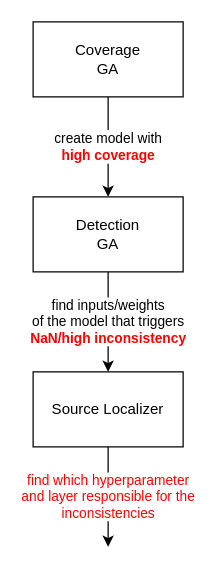
Above: GA/stable/system_flow/overall_system_flow.drawio in kelvinlyy/DCDT (draw.io), before the change. Source tidied: cells renumbered, new cells numbered last; positions are measured from the earlier drawing's top-left corner, leaving out a move shared by most shapes. Both pictures are drawn from the tidied source at 125%, with x=0, y=0 at pixel (32, 21).
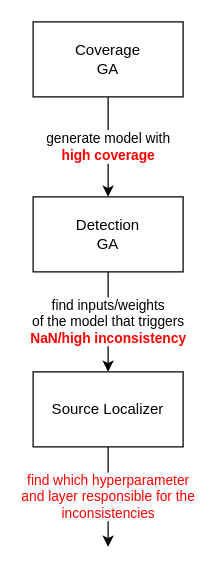
Above is the later version.

The edit, as a diff of the source:
```diff
@@
 <mxGraphModel>
   <root>
     <mxCell id="0" />
     <mxCell id="1" parent="0" />
-    <mxCell id="2" value="create model with &lt;br&gt;&lt;b&gt;&lt;font color=&quot;#ff0000&quot;&gt;high coverage&lt;/font&gt;&lt;/b&gt;" style="edgeStyle=orthogonalEdgeStyle;rounded=0;jettySize=auto;html=1;" parent="1" edge="1" source="3" target="5">
+    <mxCell id="2" value="generate model with &lt;br&gt;&lt;b&gt;&lt;font color=&quot;#ff0000&quot;&gt;high coverage&lt;/font&gt;&lt;/b&gt;" style="edgeStyle=orthogonalEdgeStyle;rounded=0;jettySize=auto;html=1;" parent="1" edge="1" source="3" target="5">
       <mxGeometry relative="1" as="geometry" />
     </mxCell>
     <mxCell id="3" value="Coverage&lt;br&gt;GA" style="rounded=0;whiteSpace=wrap;html=1;" parent="1" vertex="1">
       <mxGeometry width="120" height="60" as="geometry" />
     </mxCell>
     <mxCell id="4" value="find inputs/weights&lt;br&gt;of the model that&amp;nbsp;triggers &lt;br&gt;&lt;b&gt;&lt;font color=&quot;#ff0000&quot;&gt;NaN/high inconsistency&lt;/font&gt;&lt;/b&gt;" style="edgeStyle=orthogonalEdgeStyle;rounded=0;jettySize=auto;html=1;" parent="1" edge="1" source="5" target="7">
       <mxGeometry relative="1" as="geometry" />
     </mxCell>
     <mxCell id="5" value="Detection&lt;br&gt;GA" style="rounded=0;whiteSpace=wrap;html=1;" parent="1" vertex="1">
       <mxGeometry y="140" width="120" height="60" as="geometry" />
     </mxCell>
     <mxCell id="6" value="find which hyperparameter&lt;br&gt;and layer responsible for the&lt;br&gt;inconsistencies" style="edgeStyle=orthogonalEdgeStyle;rounded=0;jettySize=auto;html=1;fontColor=#FF0000;" parent="1" edge="1" source="7">
       <mxGeometry relative="1" as="geometry">
         <mxPoint x="60" y="420" as="targetPoint" />
       </mxGeometry>
     </mxCell>
     <mxCell id="7" value="Source Localizer" style="rounded=0;whiteSpace=wrap;html=1;" parent="1" vertex="1">
       <mxGeometry y="280" width="120" height="60" as="geometry" />
     </mxCell>
   </root>
 </mxGraphModel>
```
